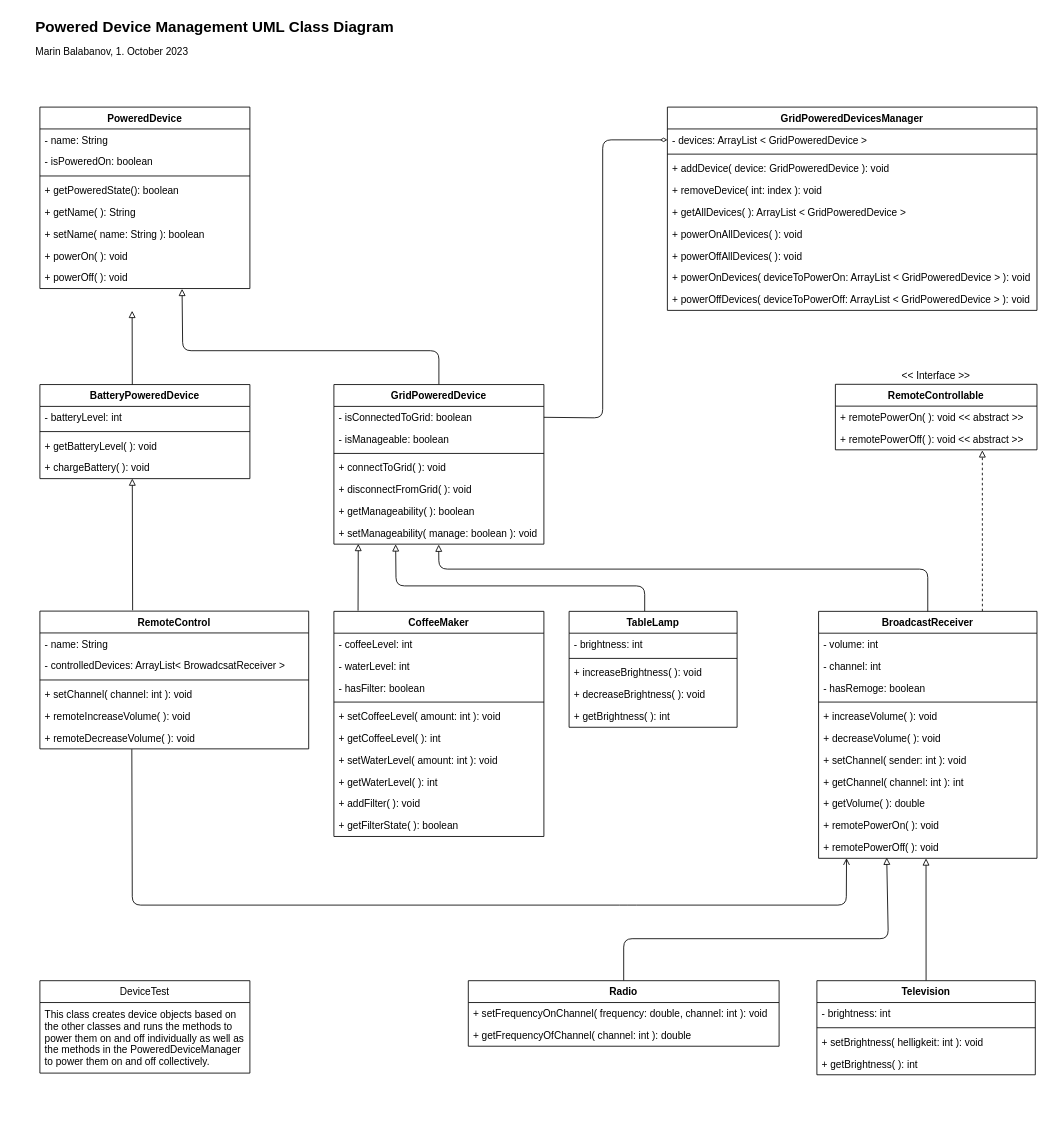
The draw.io diagram DevicesUML.drawio in mbalabanov/Devices, before the edit. Source tidied: cells renumbered, new cells numbered last; positions are measured from the earlier drawing's top-left corner, leaving out a move shared by most shapes. Both pictures are drawn from the tidied source at 84%, with x=0, y=0 at pixel (34, 14).
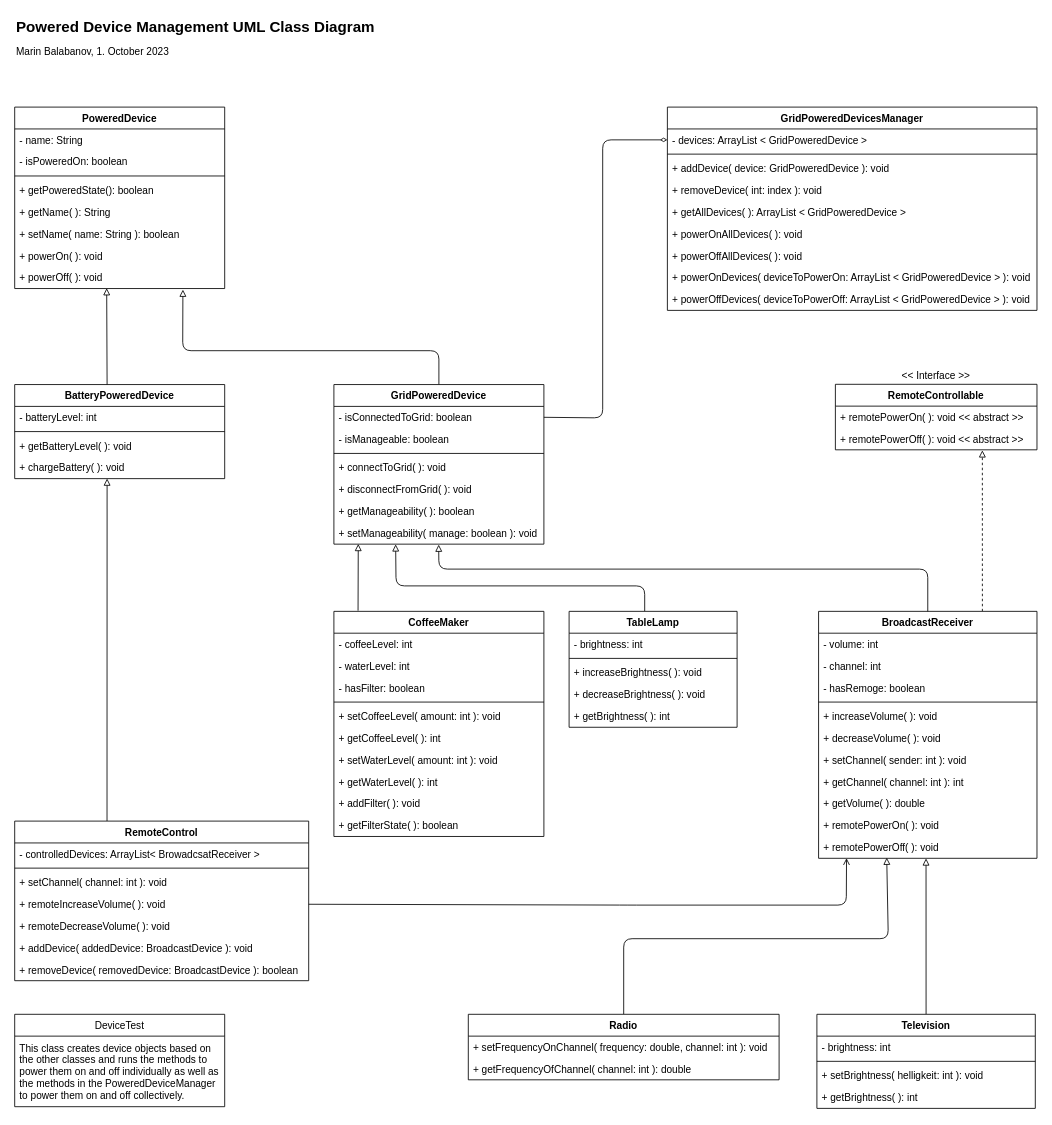
After the change.

The change refers to these unchanged cells:
```xml
<mxCell id="3" value="GridPoweredDevice" style="swimlane;fontStyle=1;align=center;verticalAlign=top;horizontal=1;startSize=26;" parent="1" vertex="1">
  <mxGeometry x="357" y="440.3" width="250" height="190" as="geometry" />
</mxCell>
<mxCell id="33" value="+ remotePowerOff( ): void" style="text;strokeColor=none;fillColor=none;align=left;verticalAlign=top;spacingLeft=4;spacingRight=4;overflow=hidden;points=[[0,0.5],[1,0.5]];portConstraint=eastwest;" parent="22" vertex="1">
  <mxGeometry y="268" width="260" height="26" as="geometry" />
</mxCell>
<mxCell id="88" value="+ powerOff( ): void" style="text;strokeColor=none;fillColor=none;align=left;verticalAlign=top;spacingLeft=4;spacingRight=4;overflow=hidden;points=[[0,0.5],[1,0.5]];portConstraint=eastwest;" parent="80" vertex="1">
  <mxGeometry y="190" width="250" height="26" as="geometry" />
</mxCell>
<mxCell id="94" value="+ chargeBattery( ): void" style="text;strokeColor=none;fillColor=none;align=left;verticalAlign=top;spacingLeft=4;spacingRight=4;overflow=hidden;points=[[0,0.5],[1,0.5]];portConstraint=eastwest;" parent="90" vertex="1">
  <mxGeometry y="86" width="250" height="26" as="geometry" />
</mxCell>
```

The edit, as a diff of the source:
```diff
@@
-    <mxCell id="2" style="edgeStyle=none;html=1;entryX=0.677;entryY=1.013;entryDx=0;entryDy=0;entryPerimeter=0;endArrow=block;endFill=0;" parent="1" edge="1" source="3" target="88">
+    <mxCell id="2" style="edgeStyle=none;html=1;entryX=0.801;entryY=1.049;entryDx=0;entryDy=0;entryPerimeter=0;endArrow=block;endFill=0;" parent="1" edge="1" source="3" target="88">
       <mxGeometry relative="1" as="geometry">
         <Array as="points">
           <mxPoint x="482" y="400" />
           <mxPoint x="177" y="400" />
         </Array>
       </mxGeometry>
     </mxCell>
@@
     <mxCell id="12" value="Radio" style="swimlane;fontStyle=1;align=center;verticalAlign=top;horizontal=1;startSize=26;" parent="1" vertex="1">
-      <mxGeometry x="517" y="1150" width="370" height="78" as="geometry" />
+      <mxGeometry x="517" y="1190" width="370" height="78" as="geometry" />
     </mxCell>
@@
     <mxCell id="16" value="Television" style="swimlane;fontStyle=1;align=center;verticalAlign=top;horizontal=1;startSize=26;" parent="1" vertex="1">
-      <mxGeometry x="932" y="1150" width="260" height="112" as="geometry" />
+      <mxGeometry x="932" y="1190" width="260" height="112" as="geometry" />
     </mxCell>
@@
     <mxCell id="68" value="Powered Device Management UML Class Diagram" style="text;html=1;strokeColor=none;fillColor=none;align=left;verticalAlign=middle;whiteSpace=wrap;rounded=0;fontStyle=1;fontSize=18;" parent="1" vertex="1">
-      <mxGeometry width="480" height="30" as="geometry" />
+      <mxGeometry x="-23" width="480" height="30" as="geometry" />
     </mxCell>
     <mxCell id="69" value="Marin Balabanov, 1. October 2023" style="text;html=1;strokeColor=none;fillColor=none;align=left;verticalAlign=middle;whiteSpace=wrap;rounded=0;" parent="1" vertex="1">
-      <mxGeometry y="30" width="230" height="30" as="geometry" />
+      <mxGeometry x="-23" y="30" width="230" height="30" as="geometry" />
     </mxCell>
@@
-    <mxCell id="71" style="edgeStyle=none;html=1;entryX=0.128;entryY=0.992;entryDx=0;entryDy=0;exitX=0.342;exitY=1.014;exitDx=0;exitDy=0;endArrow=open;endFill=0;entryPerimeter=0;exitPerimeter=0;" parent="1" edge="1" source="79" target="33">
+    <mxCell id="71" style="edgeStyle=none;html=1;entryX=0.128;entryY=0.992;entryDx=0;entryDy=0;exitX=1;exitY=0.5;exitDx=0;exitDy=0;endArrow=open;endFill=0;entryPerimeter=0;" parent="1" edge="1" source="78" target="33">
       <mxGeometry relative="1" as="geometry">
         <Array as="points">
-          <mxPoint x="117" y="1060" />
           <mxPoint x="707" y="1060" />
           <mxPoint x="967" y="1060" />
         </Array>
       </mxGeometry>
     </mxCell>
-    <mxCell id="72" style="edgeStyle=none;html=1;entryX=0.44;entryY=0.994;entryDx=0;entryDy=0;entryPerimeter=0;endArrow=block;endFill=0;exitX=0.345;exitY=-0.006;exitDx=0;exitDy=0;exitPerimeter=0;" parent="1" edge="1" source="73" target="94">
+    <mxCell id="72" style="edgeStyle=none;html=1;entryX=0.44;entryY=0.994;entryDx=0;entryDy=0;entryPerimeter=0;endArrow=block;endFill=0;exitX=0.314;exitY=0;exitDx=0;exitDy=0;exitPerimeter=0;" parent="1" edge="1" source="73" target="94">
       <mxGeometry relative="1" as="geometry" />
     </mxCell>
     <mxCell id="73" value="RemoteControl" style="swimlane;fontStyle=1;align=center;verticalAlign=top;horizontal=1;startSize=26;" parent="1" vertex="1">
-      <mxGeometry x="7" y="710" width="320" height="164" as="geometry" />
+      <mxGeometry x="-23" y="960" width="350" height="190" as="geometry" />
     </mxCell>
-    <mxCell id="74" value="- name: String" style="text;strokeColor=none;fillColor=none;align=left;verticalAlign=top;spacingLeft=4;spacingRight=4;overflow=hidden;" parent="73" vertex="1">
-      <mxGeometry y="26" width="320" height="26" as="geometry" />
-    </mxCell>
     <mxCell id="75" value="- controlledDevices: ArrayList&lt; BrowadcsatReceiver &gt;" style="text;strokeColor=none;fillColor=none;align=left;verticalAlign=top;spacingLeft=4;spacingRight=4;overflow=hidden;" parent="73" vertex="1">
-      <mxGeometry y="52" width="320" height="26" as="geometry" />
+      <mxGeometry y="26" width="350" height="26" as="geometry" />
     </mxCell>
     <mxCell id="76" style="line;strokeWidth=1;fillColor=none;align=left;verticalAlign=middle;spacingTop=-1;spacingLeft=3;spacingRight=3;labelPosition=right;strokeColor=inherit;" parent="73" vertex="1">
-      <mxGeometry y="78" width="320" height="8" as="geometry" />
+      <mxGeometry y="52" width="350" height="8" as="geometry" />
     </mxCell>
     <mxCell id="77" value="+ setChannel( channel: int ): void" style="text;strokeColor=none;fillColor=none;align=left;verticalAlign=top;spacingLeft=4;spacingRight=4;overflow=hidden;" parent="73" vertex="1">
-      <mxGeometry y="86" width="320" height="26" as="geometry" />
+      <mxGeometry y="60" width="350" height="26" as="geometry" />
     </mxCell>
     <mxCell id="78" value="+ remoteIncreaseVolume( ): void" style="text;strokeColor=none;fillColor=none;align=left;verticalAlign=top;spacingLeft=4;spacingRight=4;overflow=hidden;points=[[0,0.5],[1,0.5]];portConstraint=eastwest;" parent="73" vertex="1">
-      <mxGeometry y="112" width="320" height="26" as="geometry" />
+      <mxGeometry y="86" width="350" height="26" as="geometry" />
     </mxCell>
     <mxCell id="79" value="+ remoteDecreaseVolume( ): void" style="text;strokeColor=none;fillColor=none;align=left;verticalAlign=top;spacingLeft=4;spacingRight=4;overflow=hidden;points=[[0,0.5],[1,0.5]];portConstraint=eastwest;" parent="73" vertex="1">
-      <mxGeometry y="138" width="320" height="26" as="geometry" />
+      <mxGeometry y="112" width="350" height="26" as="geometry" />
     </mxCell>
+    <mxCell id="97" value="+ addDevice( addedDevice: BroadcastDevice ): void" style="text;strokeColor=none;fillColor=none;align=left;verticalAlign=top;spacingLeft=4;spacingRight=4;overflow=hidden;" parent="73" vertex="1">
+      <mxGeometry y="138" width="350" height="26" as="geometry" />
+    </mxCell>
+    <mxCell id="98" value="+ removeDevice( removedDevice: BroadcastDevice ): boolean" style="text;strokeColor=none;fillColor=none;align=left;verticalAlign=top;spacingLeft=4;spacingRight=4;overflow=hidden;" parent="73" vertex="1">
+      <mxGeometry y="164" width="350" height="26" as="geometry" />
+    </mxCell>
     <mxCell id="80" value="PoweredDevice" style="swimlane;fontStyle=1;align=center;verticalAlign=top;horizontal=1;startSize=26;" parent="1" vertex="1">
-      <mxGeometry x="7" y="110" width="250" height="216" as="geometry" />
+      <mxGeometry x="-23" y="110" width="250" height="216" as="geometry" />
     </mxCell>
@@
-    <mxCell id="89" style="edgeStyle=none;html=1;endArrow=block;endFill=0;entryX=0.439;entryY=1.135;entryDx=0;entryDy=0;entryPerimeter=0;exitX=0.44;exitY=0.006;exitDx=0;exitDy=0;exitPerimeter=0;" parent="1" edge="1" source="90">
-      <mxGeometry relative="1" as="geometry">
-        <mxPoint x="116.8" y="352.5" as="targetPoint" />
-      </mxGeometry>
+    <mxCell id="89" style="edgeStyle=none;html=1;endArrow=block;endFill=0;exitX=0.44;exitY=0.006;exitDx=0;exitDy=0;exitPerimeter=0;entryX=0.438;entryY=0.982;entryDx=0;entryDy=0;entryPerimeter=0;" parent="1" edge="1" source="90" target="88">
+      <mxGeometry relative="1" as="geometry" />
     </mxCell>
     <mxCell id="90" value="BatteryPoweredDevice" style="swimlane;fontStyle=1;align=center;verticalAlign=top;horizontal=1;startSize=26;" parent="1" vertex="1">
-      <mxGeometry x="7" y="440.3" width="250" height="112" as="geometry" />
+      <mxGeometry x="-23" y="440.3" width="250" height="112" as="geometry" />
     </mxCell>
@@
     <mxCell id="95" value="DeviceTest" style="swimlane;fontStyle=0;horizontal=1;startSize=26;fillColor=none;" parent="1" vertex="1">
-      <mxGeometry x="7" y="1150" width="250" height="110" as="geometry" />
+      <mxGeometry x="-23" y="1190" width="250" height="110" as="geometry" />
     </mxCell>
```
